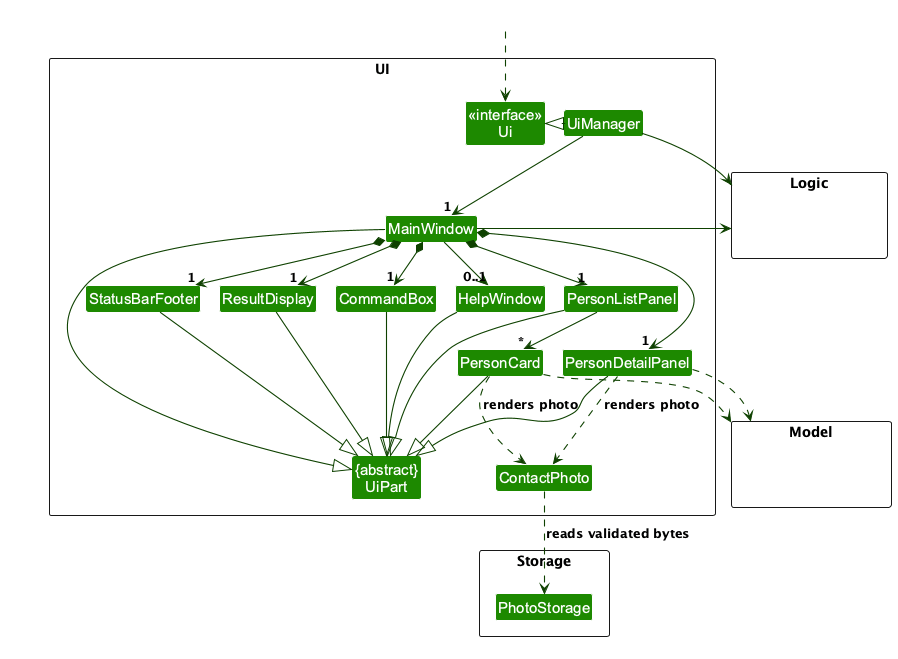
Before: docs/images/UiClassDiagram.png, a diagram exported from PlantUML (AY2627S1-CS2103T-W12-2/tp).
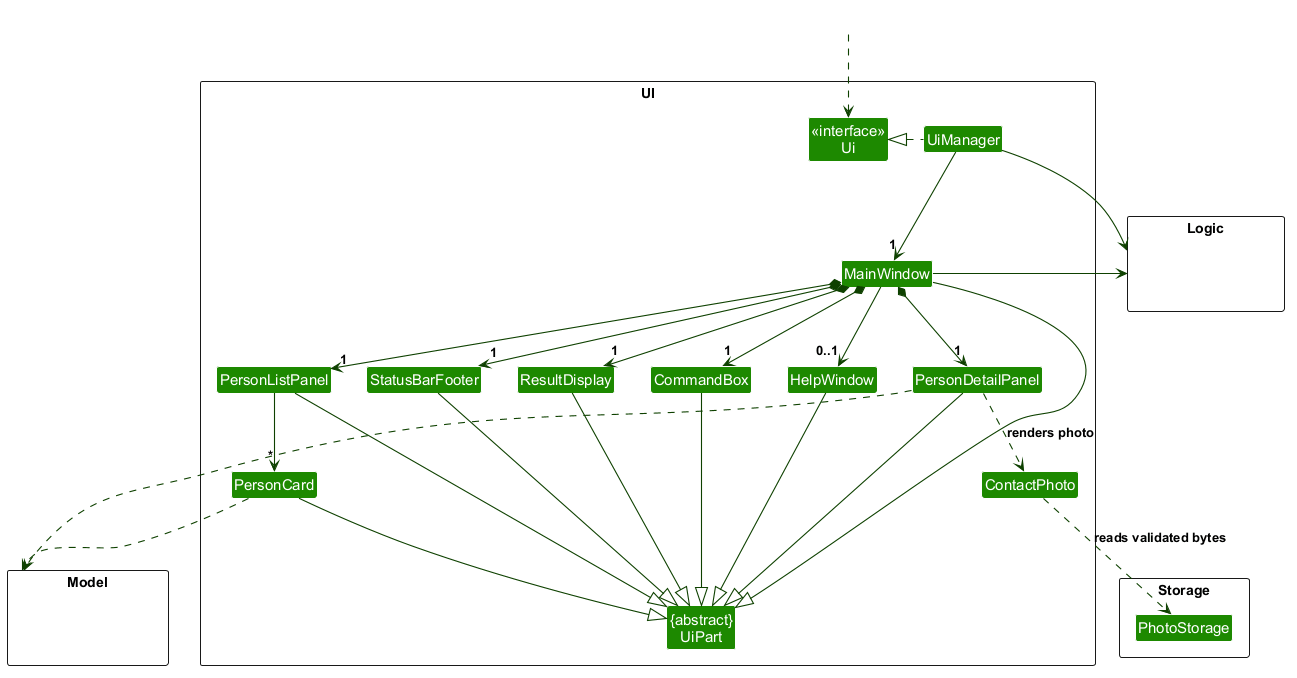
Above is the later version.

Commit message:
Update photo screenshots and UI diagram

Diff of the diagram source:
```diff
@@ -1,5 +1,4 @@
 @startuml
-!pragma layout smetana
 !include style.puml
 skinparam arrowThickness 1.1
 skinparam arrowColor UI_COLOR_T4
@@ -58,7 +57,6 @@
 
 PersonCard ..> Model
 PersonDetailPanel ..> Model
-PersonCard ..> ContactPhoto : renders photo
 PersonDetailPanel ..> ContactPhoto : renders photo
 ContactPhoto ..> PhotoStorage : reads validated bytes
 UiManager -right-> Logic
```
